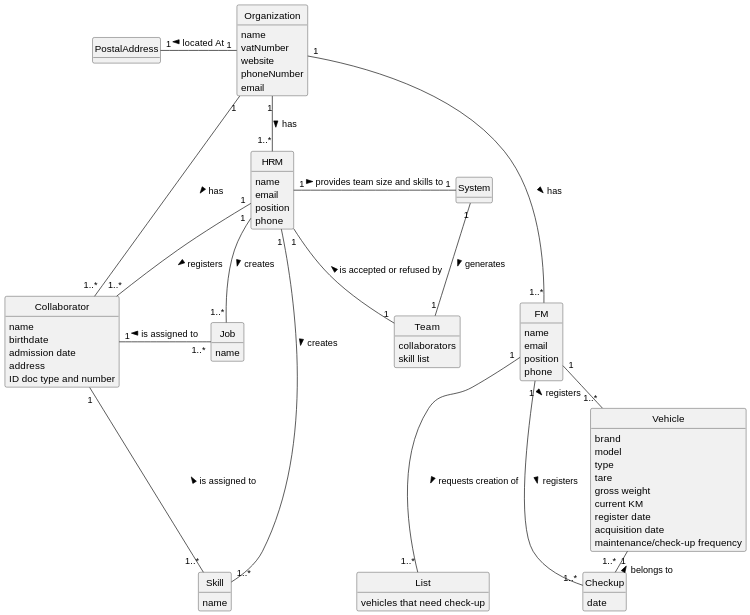
Above: docs/sprint2/global-artifacts/02.analysis/svg/project-domain-model.svg in tiagosoa/lei-24-s2-1dgh-g073 (PlantUML), before the change. Its diagram source:
```plantuml
@startuml
skinparam monochrome true
skinparam packageStyle rectangle
skinparam shadowing false
skinparam classAttributeIconSize 0
hide circle
hide methods



class Organization {
    name
    vatNumber
    website
    phoneNumber
    email
}

class Collaborator {
    name
    birthdate
    admission date
    address
    contact info (mobile and email)
    ID doc type and number
}

class HRM {
    name
    email
    position
    phone
}

class FM {
    name
    email
    position
    phone
}

class Skill{
    name
}

class Job{
    name
}

class System {

}

class Team {
    collaborators
    skill list
}


class Vehicle{
    brand
    model
    type
    tare
    gross weight
    current KM
    register date
    acquisition date
    maintenance/check-up frequency
}

class Checkup {
    date
}

class List {
    vehicles that need check-up
}

Organization "1" -- "1..*" HRM : has >
Organization "1" --- "1..*" FM : has >
Organization "1" --left "1..*" Collaborator: has >
HRM "1" - "1..*" Collaborator: registers >
HRM "1" -- "1..*" Skill: creates >
HRM "1" -- "1..*" Job: creates >
Collaborator "1" -left "1..*" Job: is assigned to <
Collaborator "1" -- "1..*" Skill: is assigned to <
HRM "1" -left "1" System: provides team size and skills to >
System "1" - "1" Team: generates >
HRM "1" -- "1" Team: \nis accepted or refused by <
FM "1" - "1..*" Vehicle : registers >
FM "1" -- "1..*" Checkup : registers >
Vehicle "1" - "1..*" Checkup : belongs to <
FM "1" -- "1..*" List : requests creation of >

Organization "1" -left "1" PostalAddress : located At >
@enduml
```
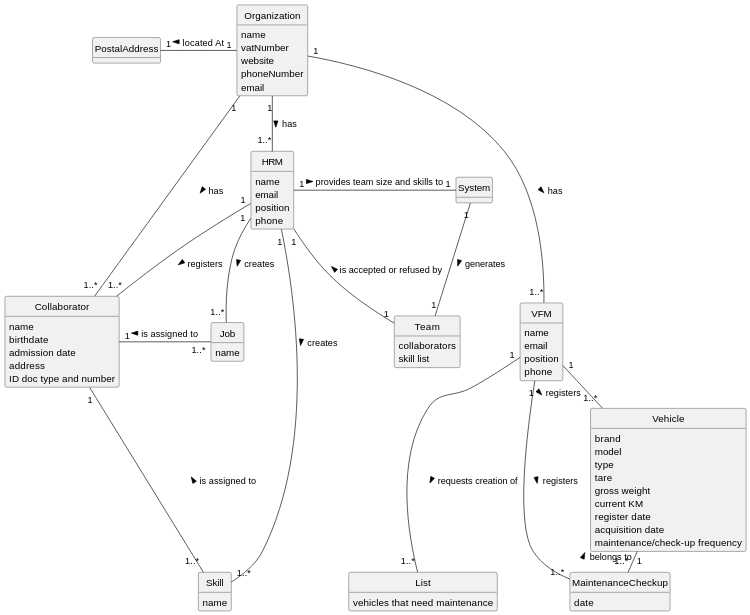
After the commit.

What changed in the source:
```diff
@@ -32,7 +32,7 @@
     phone
 }
 
-class FM {
+class VFM {
     name
     email
     position
@@ -69,16 +69,16 @@
     maintenance/check-up frequency
 }
 
-class Checkup {
+class MaintenanceCheckup {
     date
 }
 
 class List {
-    vehicles that need check-up
+    vehicles that need maintenance
 }
 
 Organization "1" -- "1..*" HRM : has >
-Organization "1" --- "1..*" FM : has >
+Organization "1" --- "1..*" VFM : has >
 Organization "1" --left "1..*" Collaborator: has >
 HRM "1" - "1..*" Collaborator: registers >
 HRM "1" -- "1..*" Skill: creates >
@@ -88,10 +88,10 @@
 HRM "1" -left "1" System: provides team size and skills to >
 System "1" - "1" Team: generates >
 HRM "1" -- "1" Team: \nis accepted or refused by <
-FM "1" - "1..*" Vehicle : registers >
-FM "1" -- "1..*" Checkup : registers >
-Vehicle "1" - "1..*" Checkup : belongs to <
-FM "1" -- "1..*" List : requests creation of >
+VFM "1" - "1..*" Vehicle : registers >
+VFM "1" -- "1..*" MaintenanceCheckup : registers >
+Vehicle "1" - "1..*" MaintenanceCheckup : belongs to <
+VFM "1" -- "1..*" List : requests creation of >
 
 Organization "1" -left "1" PostalAddress : located At >
 @enduml
```
